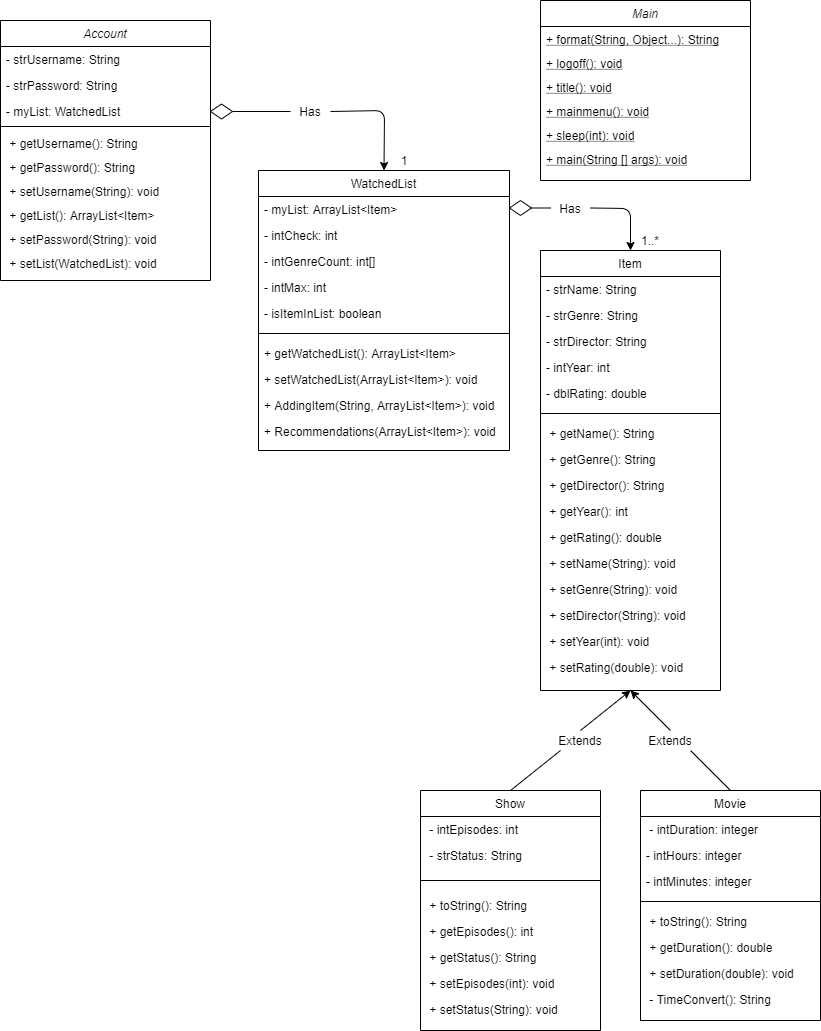
Before: src/ClassDiagram.png, a diagram exported from draw.io (SACHSTech/ics4u-oop-assignment-EthanLai8). Source tidied: cells renumbered, new cells last; positions are measured from the earlier drawing's top-left corner, leaving out a move shared by most shapes.
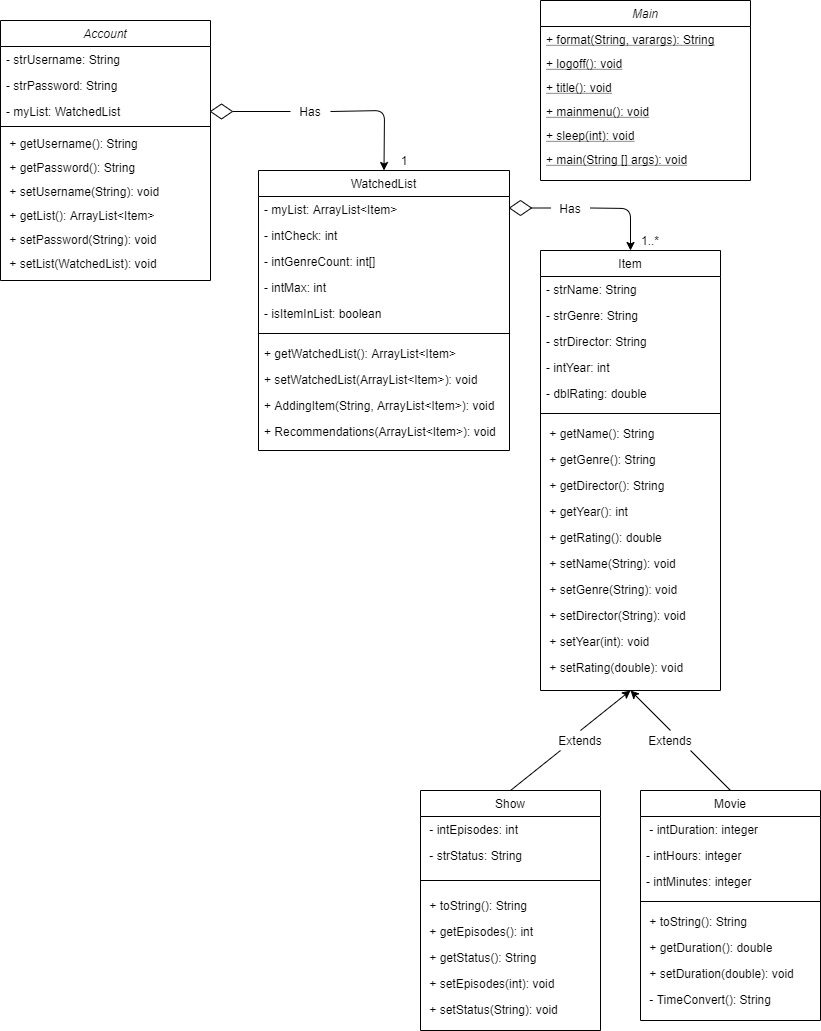
Above is the later version.

Commit message:
Fixed Written Description and Class Diagram

What changed in the source:
```diff
@@ -232,7 +232,7 @@
     <mxCell id="75" value="Main" style="swimlane;fontStyle=2;align=center;verticalAlign=top;horizontal=1;startSize=26;rounded=0;shadow=0;strokeWidth=1;" parent="1" vertex="1">
       <mxGeometry x="540" width="210" height="180" as="geometry" />
     </mxCell>
-    <mxCell id="76" value="+ format(String, Object...): String" style="text;align=left;verticalAlign=top;spacingLeft=4;spacingRight=4;overflow=hidden;rounded=0;shadow=0;html=0;fontStyle=4;" parent="75" vertex="1">
+    <mxCell id="76" value="+ format(String, varargs): String" style="text;align=left;verticalAlign=top;spacingLeft=4;spacingRight=4;overflow=hidden;rounded=0;shadow=0;html=0;fontStyle=4;" parent="75" vertex="1">
       <mxGeometry y="26" width="210" height="24" as="geometry" />
     </mxCell>
     <mxCell id="77" value="+ logoff(): void" style="text;align=left;verticalAlign=top;spacingLeft=4;spacingRight=4;overflow=hidden;rounded=0;shadow=0;html=0;fontStyle=4;" parent="75" vertex="1">
```
